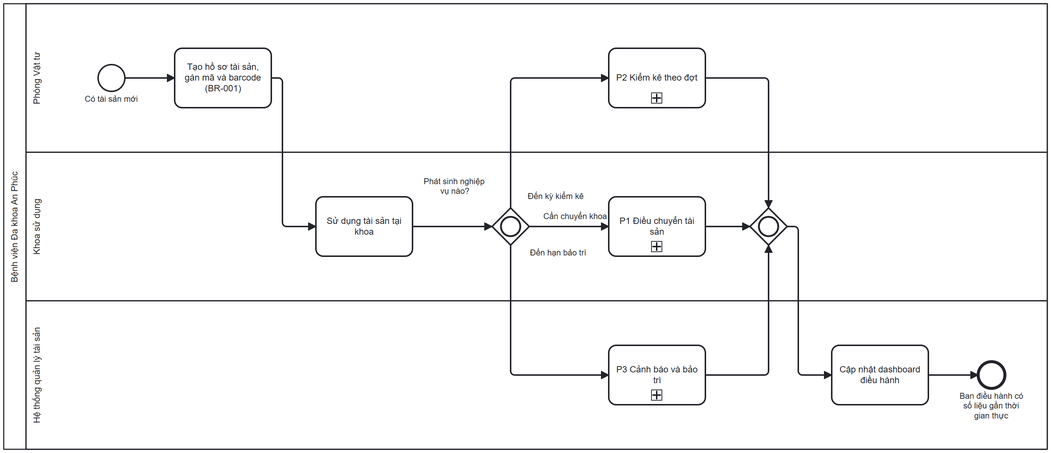
sonbui31/BA-studies keeps this BPMN diagram as BA-agent/BA-Documents-Outsource/diagrams/tong-quan-tobe.png. Above is the earlier version. Its source is kept beside it as BA-agent/BA-Documents-Outsource/diagrams/tong-quan-tobe.bpmn. Ids are renumbered.
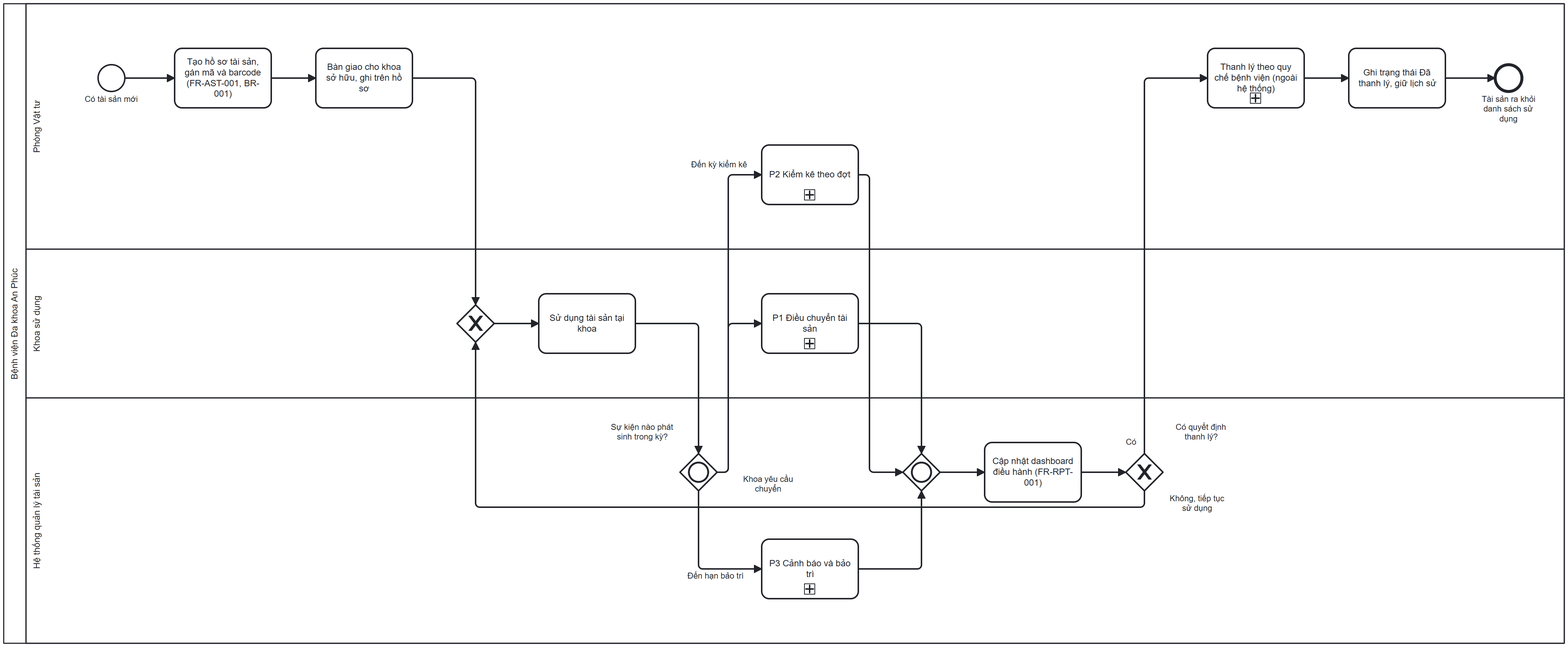
The same file after the commit.

What changed in the source:
```diff
@@ -7,87 +7,120 @@
       <bpmn:lane id="vat_tu" name="Phòng Vật tư">
         <bpmn:flowNodeRef>start</bpmn:flowNodeRef>
         <bpmn:flowNodeRef>t1</bpmn:flowNodeRef>
+        <bpmn:flowNodeRef>t1b</bpmn:flowNodeRef>
         <bpmn:flowNodeRef>sp2</bpmn:flowNodeRef>
+        <bpmn:flowNodeRef>sp4</bpmn:flowNodeRef>
+        <bpmn:flowNodeRef>t4</bpmn:flowNodeRef>
+        <bpmn:flowNodeRef>end</bpmn:flowNodeRef>
       </bpmn:lane>
       <bpmn:lane id="khoa" name="Khoa sử dụng">
+        <bpmn:flowNodeRef>m0</bpmn:flowNodeRef>
         <bpmn:flowNodeRef>t2</bpmn:flowNodeRef>
-        <bpmn:flowNodeRef>g1</bpmn:flowNodeRef>
         <bpmn:flowNodeRef>sp1</bpmn:flowNodeRef>
-        <bpmn:flowNodeRef>g2</bpmn:flowNodeRef>
       </bpmn:lane>
       <bpmn:lane id="he_thong" name="Hệ thống quản lý tài sản">
+        <bpmn:flowNodeRef>g1</bpmn:flowNodeRef>
         <bpmn:flowNodeRef>sp3</bpmn:flowNodeRef>
+        <bpmn:flowNodeRef>g2</bpmn:flowNodeRef>
         <bpmn:flowNodeRef>t3</bpmn:flowNodeRef>
-        <bpmn:flowNodeRef>end</bpmn:flowNodeRef>
+        <bpmn:flowNodeRef>g3</bpmn:flowNodeRef>
       </bpmn:lane>
     </bpmn:laneSet>
     <bpmn:startEvent id="start" name="Có tài sản mới">
       <bpmn:outgoing>Flow_1</bpmn:outgoing>
     </bpmn:startEvent>
-    <bpmn:task id="t1" name="Tạo hồ sơ tài sản, gán mã và barcode (BR-001)">
+    <bpmn:task id="t1" name="Tạo hồ sơ tài sản, gán mã và barcode (FR-AST-001, BR-001)">
       <bpmn:incoming>Flow_1</bpmn:incoming>
       <bpmn:outgoing>Flow_2</bpmn:outgoing>
     </bpmn:task>
-    <bpmn:task id="t2" name="Sử dụng tài sản tại khoa">
+    <bpmn:task id="t1b" name="Bàn giao cho khoa sở hữu, ghi trên hồ sơ">
       <bpmn:incoming>Flow_2</bpmn:incoming>
       <bpmn:outgoing>Flow_3</bpmn:outgoing>
     </bpmn:task>
-    <bpmn:inclusiveGateway id="g1" name="Phát sinh nghiệp vụ nào?">
+    <bpmn:exclusiveGateway id="m0" name="">
       <bpmn:incoming>Flow_3</bpmn:incoming>
+      <bpmn:incoming>Flow_14</bpmn:incoming>
       <bpmn:outgoing>Flow_4</bpmn:outgoing>
+    </bpmn:exclusiveGateway>
+    <bpmn:task id="t2" name="Sử dụng tài sản tại khoa">
+      <bpmn:incoming>Flow_4</bpmn:incoming>
       <bpmn:outgoing>Flow_5</bpmn:outgoing>
+    </bpmn:task>
+    <bpmn:inclusiveGateway id="g1" name="Sự kiện nào phát sinh trong kỳ?">
+      <bpmn:incoming>Flow_5</bpmn:incoming>
       <bpmn:outgoing>Flow_6</bpmn:outgoing>
+      <bpmn:outgoing>Flow_7</bpmn:outgoing>
+      <bpmn:outgoing>Flow_8</bpmn:outgoing>
     </bpmn:inclusiveGateway>
     <bpmn:subProcess id="sp1" name="P1 Điều chuyển tài sản">
-      <bpmn:incoming>Flow_4</bpmn:incoming>
-      <bpmn:outgoing>Flow_7</bpmn:outgoing>
-    </bpmn:subProcess>
-    <bpmn:subProcess id="sp3" name="P3 Cảnh báo và bảo trì">
-      <bpmn:incoming>Flow_5</bpmn:incoming>
-      <bpmn:outgoing>Flow_8</bpmn:outgoing>
-    </bpmn:subProcess>
-    <bpmn:subProcess id="sp2" name="P2 Kiểm kê theo đợt">
       <bpmn:incoming>Flow_6</bpmn:incoming>
       <bpmn:outgoing>Flow_9</bpmn:outgoing>
     </bpmn:subProcess>
+    <bpmn:subProcess id="sp2" name="P2 Kiểm kê theo đợt">
+      <bpmn:incoming>Flow_7</bpmn:incoming>
+      <bpmn:outgoing>Flow_10</bpmn:outgoing>
+    </bpmn:subProcess>
+    <bpmn:subProcess id="sp3" name="P3 Cảnh báo và bảo trì">
+      <bpmn:incoming>Flow_8</bpmn:incoming>
+      <bpmn:outgoing>Flow_11</bpmn:outgoing>
+    </bpmn:subProcess>
     <bpmn:inclusiveGateway id="g2" name="">
-      <bpmn:incoming>Flow_7</bpmn:incoming>
-      <bpmn:incoming>Flow_8</bpmn:incoming>
       <bpmn:incoming>Flow_9</bpmn:incoming>
-      <bpmn:outgoing>Flow_10</bpmn:outgoing>
+      <bpmn:incoming>Flow_10</bpmn:incoming>
+      <bpmn:incoming>Flow_11</bpmn:incoming>
+      <bpmn:outgoing>Flow_12</bpmn:outgoing>
     </bpmn:inclusiveGateway>
-    <bpmn:task id="t3" name="Cập nhật dashboard điều hành">
-      <bpmn:incoming>Flow_10</bpmn:incoming>
-      <bpmn:outgoing>Flow_11</bpmn:outgoing>
+    <bpmn:task id="t3" name="Cập nhật dashboard điều hành (FR-RPT-001)">
+      <bpmn:incoming>Flow_12</bpmn:incoming>
+      <bpmn:outgoing>Flow_13</bpmn:outgoing>
     </bpmn:task>
-    <bpmn:endEvent id="end" name="Ban điều hành có số liệu gần thời gian thực">
-      <bpmn:incoming>Flow_11</bpmn:incoming>
+    <bpmn:exclusiveGateway id="g3" name="Có quyết định thanh lý?">
+      <bpmn:incoming>Flow_13</bpmn:incoming>
+      <bpmn:outgoing>Flow_14</bpmn:outgoing>
+      <bpmn:outgoing>Flow_15</bpmn:outgoing>
+    </bpmn:exclusiveGateway>
+    <bpmn:subProcess id="sp4" name="Thanh lý theo quy chế bệnh viện (ngoài hệ thống)">
+      <bpmn:incoming>Flow_15</bpmn:incoming>
+      <bpmn:outgoing>Flow_16</bpmn:outgoing>
+    </bpmn:subProcess>
+    <bpmn:task id="t4" name="Ghi trạng thái Đã thanh lý, giữ lịch sử">
+      <bpmn:incoming>Flow_16</bpmn:incoming>
+      <bpmn:outgoing>Flow_17</bpmn:outgoing>
+    </bpmn:task>
+    <bpmn:endEvent id="end" name="Tài sản ra khỏi danh sách sử dụng">
+      <bpmn:incoming>Flow_17</bpmn:incoming>
     </bpmn:endEvent>
     <bpmn:sequenceFlow id="Flow_1" sourceRef="start" targetRef="t1" />
-    <bpmn:sequenceFlow id="Flow_2" sourceRef="t1" targetRef="t2" />
-    <bpmn:sequenceFlow id="Flow_3" sourceRef="t2" targetRef="g1" />
-    <bpmn:sequenceFlow id="Flow_4" name="Cần chuyển khoa" sourceRef="g1" targetRef="sp1" />
-    <bpmn:sequenceFlow id="Flow_5" name="Đến hạn bảo trì" sourceRef="g1" targetRef="sp3" />
-    <bpmn:sequenceFlow id="Flow_6" name="Đến kỳ kiểm kê" sourceRef="g1" targetRef="sp2" />
-    <bpmn:sequenceFlow id="Flow_7" sourceRef="sp1" targetRef="g2" />
-    <bpmn:sequenceFlow id="Flow_8" sourceRef="sp3" targetRef="g2" />
-    <bpmn:sequenceFlow id="Flow_9" sourceRef="sp2" targetRef="g2" />
-    <bpmn:sequenceFlow id="Flow_10" sourceRef="g2" targetRef="t3" />
-    <bpmn:sequenceFlow id="Flow_11" sourceRef="t3" targetRef="end" />
+    <bpmn:sequenceFlow id="Flow_2" sourceRef="t1" targetRef="t1b" />
+    <bpmn:sequenceFlow id="Flow_3" sourceRef="t1b" targetRef="m0" />
+    <bpmn:sequenceFlow id="Flow_4" sourceRef="m0" targetRef="t2" />
+    <bpmn:sequenceFlow id="Flow_5" sourceRef="t2" targetRef="g1" />
+    <bpmn:sequenceFlow id="Flow_6" name="Khoa yêu cầu chuyển" sourceRef="g1" targetRef="sp1" />
+    <bpmn:sequenceFlow id="Flow_7" name="Đến kỳ kiểm kê" sourceRef="g1" targetRef="sp2" />
+    <bpmn:sequenceFlow id="Flow_8" name="Đến hạn bảo trì" sourceRef="g1" targetRef="sp3" />
+    <bpmn:sequenceFlow id="Flow_9" sourceRef="sp1" targetRef="g2" />
+    <bpmn:sequenceFlow id="Flow_10" sourceRef="sp2" targetRef="g2" />
+    <bpmn:sequenceFlow id="Flow_11" sourceRef="sp3" targetRef="g2" />
+    <bpmn:sequenceFlow id="Flow_12" sourceRef="g2" targetRef="t3" />
+    <bpmn:sequenceFlow id="Flow_13" sourceRef="t3" targetRef="g3" />
+    <bpmn:sequenceFlow id="Flow_14" name="Không, tiếp tục sử dụng" sourceRef="g3" targetRef="m0" />
+    <bpmn:sequenceFlow id="Flow_15" name="Có" sourceRef="g3" targetRef="sp4" />
+    <bpmn:sequenceFlow id="Flow_16" sourceRef="sp4" targetRef="t4" />
+    <bpmn:sequenceFlow id="Flow_17" sourceRef="t4" targetRef="end" />
   </bpmn:process>
   <bpmndi:BPMNDiagram id="BPMNDiagram_tong_quan_tobe">
     <bpmndi:BPMNPlane id="BPMNPlane_tong_quan_tobe" bpmnElement="Collaboration_tong_quan_tobe">
       <bpmndi:BPMNShape id="Participant_tong_quan_tobe_di" bpmnElement="Participant_tong_quan_tobe" isHorizontal="true">
-        <dc:Bounds x="160" y="80" width="1404" height="600" />
+        <dc:Bounds x="160" y="80" width="2100" height="860" />
       </bpmndi:BPMNShape>
       <bpmndi:BPMNShape id="vat_tu_di" bpmnElement="vat_tu" isHorizontal="true">
-        <dc:Bounds x="190" y="80" width="1374" height="200" />
+        <dc:Bounds x="190" y="80" width="2070" height="330" />
       </bpmndi:BPMNShape>
       <bpmndi:BPMNShape id="khoa_di" bpmnElement="khoa" isHorizontal="true">
-        <dc:Bounds x="190" y="280" width="1374" height="200" />
+        <dc:Bounds x="190" y="410" width="2070" height="200" />
       </bpmndi:BPMNShape>
       <bpmndi:BPMNShape id="he_thong_di" bpmnElement="he_thong" isHorizontal="true">
-        <dc:Bounds x="190" y="480" width="1374" height="200" />
+        <dc:Bounds x="190" y="610" width="2070" height="330" />
       </bpmndi:BPMNShape>
       <bpmndi:BPMNShape id="start_di" bpmnElement="start">
         <dc:Bounds x="287" y="162" width="36" height="36" />
@@ -98,34 +131,52 @@
       <bpmndi:BPMNShape id="t1_di" bpmnElement="t1">
         <dc:Bounds x="390" y="140" width="130" height="80" />
       </bpmndi:BPMNShape>
+      <bpmndi:BPMNShape id="t1b_di" bpmnElement="t1b">
+        <dc:Bounds x="580" y="140" width="130" height="80" />
+      </bpmndi:BPMNShape>
+      <bpmndi:BPMNShape id="m0_di" bpmnElement="m0" isMarkerVisible="true">
+        <dc:Bounds x="770" y="485" width="50" height="50" />
+      </bpmndi:BPMNShape>
       <bpmndi:BPMNShape id="t2_di" bpmnElement="t2">
-        <dc:Bounds x="580" y="340" width="130" height="80" />
+        <dc:Bounds x="880" y="470" width="130" height="80" />
       </bpmndi:BPMNShape>
       <bpmndi:BPMNShape id="g1_di" bpmnElement="g1">
-        <dc:Bounds x="817" y="355" width="50" height="50" />
+        <dc:Bounds x="1070" y="685" width="50" height="50" />
         <bpmndi:BPMNLabel>
-          <dc:Bounds x="711" y="313" width="110" height="40" />
+          <dc:Bounds x="964" y="643" width="110" height="40" />
         </bpmndi:BPMNLabel>
       </bpmndi:BPMNShape>
       <bpmndi:BPMNShape id="sp1_di" bpmnElement="sp1">
-        <dc:Bounds x="974" y="340" width="130" height="80" />
+        <dc:Bounds x="1180" y="470" width="130" height="80" />
+      </bpmndi:BPMNShape>
+      <bpmndi:BPMNShape id="sp2_di" bpmnElement="sp2">
+        <dc:Bounds x="1180" y="270" width="130" height="80" />
       </bpmndi:BPMNShape>
       <bpmndi:BPMNShape id="sp3_di" bpmnElement="sp3">
-        <dc:Bounds x="974" y="540" width="130" height="80" />
-      </bpmndi:BPMNShape>
-      <bpmndi:BPMNShape id="sp2_di" bpmnElement="sp2">
-        <dc:Bounds x="974" y="140" width="130" height="80" />
+        <dc:Bounds x="1180" y="800" width="130" height="80" />
       </bpmndi:BPMNShape>
       <bpmndi:BPMNShape id="g2_di" bpmnElement="g2">
-        <dc:Bounds x="1164" y="355" width="50" height="50" />
+        <dc:Bounds x="1370" y="685" width="50" height="50" />
       </bpmndi:BPMNShape>
       <bpmndi:BPMNShape id="t3_di" bpmnElement="t3">
-        <dc:Bounds x="1274" y="540" width="130" height="80" />
+        <dc:Bounds x="1480" y="670" width="130" height="80" />
+      </bpmndi:BPMNShape>
+      <bpmndi:BPMNShape id="g3_di" bpmnElement="g3" isMarkerVisible="true">
+        <dc:Bounds x="1670" y="685" width="50" height="50" />
+        <bpmndi:BPMNLabel>
+          <dc:Bounds x="1716" y="643" width="110" height="40" />
+        </bpmndi:BPMNLabel>
+      </bpmndi:BPMNShape>
+      <bpmndi:BPMNShape id="sp4_di" bpmnElement="sp4">
+        <dc:Bounds x="1780" y="140" width="130" height="80" />
+      </bpmndi:BPMNShape>
+      <bpmndi:BPMNShape id="t4_di" bpmnElement="t4">
+        <dc:Bounds x="1970" y="140" width="130" height="80" />
       </bpmndi:BPMNShape>
       <bpmndi:BPMNShape id="end_di" bpmnElement="end">
-        <dc:Bounds x="1471" y="562" width="36" height="36" />
+        <dc:Bounds x="2167" y="162" width="36" height="36" />
         <bpmndi:BPMNLabel>
-          <dc:Bounds x="1434" y="602" width="110" height="40" />
+          <dc:Bounds x="2130" y="202" width="110" height="40" />
         </bpmndi:BPMNLabel>
       </bpmndi:BPMNShape>
       <bpmndi:BPMNEdge id="Flow_1_di" bpmnElement="Flow_1">
@@ -134,54 +185,86 @@
       </bpmndi:BPMNEdge>
       <bpmndi:BPMNEdge id="Flow_2_di" bpmnElement="Flow_2">
         <di:waypoint x="520" y="180" />
-        <di:waypoint x="535" y="180" />
-        <di:waypoint x="535" y="380" />
-        <di:waypoint x="580" y="380" />
+        <di:waypoint x="580" y="180" />
       </bpmndi:BPMNEdge>
       <bpmndi:BPMNEdge id="Flow_3_di" bpmnElement="Flow_3">
-        <di:waypoint x="710" y="380" />
-        <di:waypoint x="817" y="380" />
+        <di:waypoint x="710" y="180" />
+        <di:waypoint x="795" y="180" />
+        <di:waypoint x="795" y="485" />
       </bpmndi:BPMNEdge>
       <bpmndi:BPMNEdge id="Flow_4_di" bpmnElement="Flow_4">
-        <di:waypoint x="867" y="380" />
-        <di:waypoint x="974" y="380" />
-        <bpmndi:BPMNLabel><dc:Bounds x="871" y="360" width="116" height="18" /></bpmndi:BPMNLabel>
+        <di:waypoint x="820" y="510" />
+        <di:waypoint x="880" y="510" />
       </bpmndi:BPMNEdge>
       <bpmndi:BPMNEdge id="Flow_5_di" bpmnElement="Flow_5">
-        <di:waypoint x="842" y="405" />
-        <di:waypoint x="842" y="580" />
-        <di:waypoint x="974" y="580" />
-        <bpmndi:BPMNLabel><dc:Bounds x="848" y="409" width="116" height="18" /></bpmndi:BPMNLabel>
+        <di:waypoint x="1010" y="510" />
+        <di:waypoint x="1095" y="510" />
+        <di:waypoint x="1095" y="685" />
       </bpmndi:BPMNEdge>
       <bpmndi:BPMNEdge id="Flow_6_di" bpmnElement="Flow_6">
-        <di:waypoint x="842" y="355" />
-        <di:waypoint x="842" y="180" />
-        <di:waypoint x="974" y="180" />
-        <bpmndi:BPMNLabel><dc:Bounds x="848" y="333" width="108" height="18" /></bpmndi:BPMNLabel>
+        <di:waypoint x="1120" y="710" />
+        <di:waypoint x="1135" y="710" />
+        <di:waypoint x="1135" y="510" />
+        <di:waypoint x="1180" y="510" />
+        <bpmndi:BPMNLabel><dc:Bounds x="1124" y="713" width="130" height="34" /></bpmndi:BPMNLabel>
       </bpmndi:BPMNEdge>
       <bpmndi:BPMNEdge id="Flow_7_di" bpmnElement="Flow_7">
-        <di:waypoint x="1104" y="380" />
-        <di:waypoint x="1164" y="380" />
+        <di:waypoint x="1120" y="710" />
+        <di:waypoint x="1135" y="710" />
+        <di:waypoint x="1135" y="310" />
+        <di:waypoint x="1180" y="310" />
+        <bpmndi:BPMNLabel><dc:Bounds x="1068" y="290" width="108" height="18" /></bpmndi:BPMNLabel>
       </bpmndi:BPMNEdge>
       <bpmndi:BPMNEdge id="Flow_8_di" bpmnElement="Flow_8">
-        <di:waypoint x="1104" y="580" />
-        <di:waypoint x="1189" y="580" />
-        <di:waypoint x="1189" y="405" />
+        <di:waypoint x="1095" y="735" />
+        <di:waypoint x="1095" y="840" />
+        <di:waypoint x="1180" y="840" />
+        <bpmndi:BPMNLabel><dc:Bounds x="1060" y="843" width="116" height="18" /></bpmndi:BPMNLabel>
       </bpmndi:BPMNEdge>
       <bpmndi:BPMNEdge id="Flow_9_di" bpmnElement="Flow_9">
-        <di:waypoint x="1104" y="180" />
-        <di:waypoint x="1189" y="180" />
-        <di:waypoint x="1189" y="355" />
+        <di:waypoint x="1310" y="510" />
+        <di:waypoint x="1395" y="510" />
+        <di:waypoint x="1395" y="685" />
       </bpmndi:BPMNEdge>
       <bpmndi:BPMNEdge id="Flow_10_di" bpmnElement="Flow_10">
-        <di:waypoint x="1214" y="380" />
-        <di:waypoint x="1229" y="380" />
-        <di:waypoint x="1229" y="580" />
-        <di:waypoint x="1274" y="580" />
+        <di:waypoint x="1310" y="310" />
+        <di:waypoint x="1325" y="310" />
+        <di:waypoint x="1325" y="710" />
+        <di:waypoint x="1370" y="710" />
       </bpmndi:BPMNEdge>
       <bpmndi:BPMNEdge id="Flow_11_di" bpmnElement="Flow_11">
-        <di:waypoint x="1404" y="580" />
-        <di:waypoint x="1471" y="580" />
+        <di:waypoint x="1310" y="840" />
+        <di:waypoint x="1395" y="840" />
+        <di:waypoint x="1395" y="735" />
+      </bpmndi:BPMNEdge>
+      <bpmndi:BPMNEdge id="Flow_12_di" bpmnElement="Flow_12">
+        <di:waypoint x="1420" y="710" />
+        <di:waypoint x="1480" y="710" />
+      </bpmndi:BPMNEdge>
+      <bpmndi:BPMNEdge id="Flow_13_di" bpmnElement="Flow_13">
+        <di:waypoint x="1610" y="710" />
+        <di:waypoint x="1670" y="710" />
+      </bpmndi:BPMNEdge>
+      <bpmndi:BPMNEdge id="Flow_14_di" bpmnElement="Flow_14">
+        <di:waypoint x="1695" y="735" />
+        <di:waypoint x="1695" y="757" />
+        <di:waypoint x="795" y="757" />
+        <di:waypoint x="795" y="535" />
+        <bpmndi:BPMNLabel><dc:Bounds x="1701" y="739" width="130" height="34" /></bpmndi:BPMNLabel>
+      </bpmndi:BPMNEdge>
+      <bpmndi:BPMNEdge id="Flow_15_di" bpmnElement="Flow_15">
+        <di:waypoint x="1695" y="685" />
+        <di:waypoint x="1695" y="180" />
+        <di:waypoint x="1780" y="180" />
+        <bpmndi:BPMNLabel><dc:Bounds x="1665" y="663" width="24" height="18" /></bpmndi:BPMNLabel>
+      </bpmndi:BPMNEdge>
+      <bpmndi:BPMNEdge id="Flow_16_di" bpmnElement="Flow_16">
+        <di:waypoint x="1910" y="180" />
+        <di:waypoint x="1970" y="180" />
+      </bpmndi:BPMNEdge>
+      <bpmndi:BPMNEdge id="Flow_17_di" bpmnElement="Flow_17">
+        <di:waypoint x="2100" y="180" />
+        <di:waypoint x="2167" y="180" />
       </bpmndi:BPMNEdge>
     </bpmndi:BPMNPlane>
   </bpmndi:BPMNDiagram>
```
